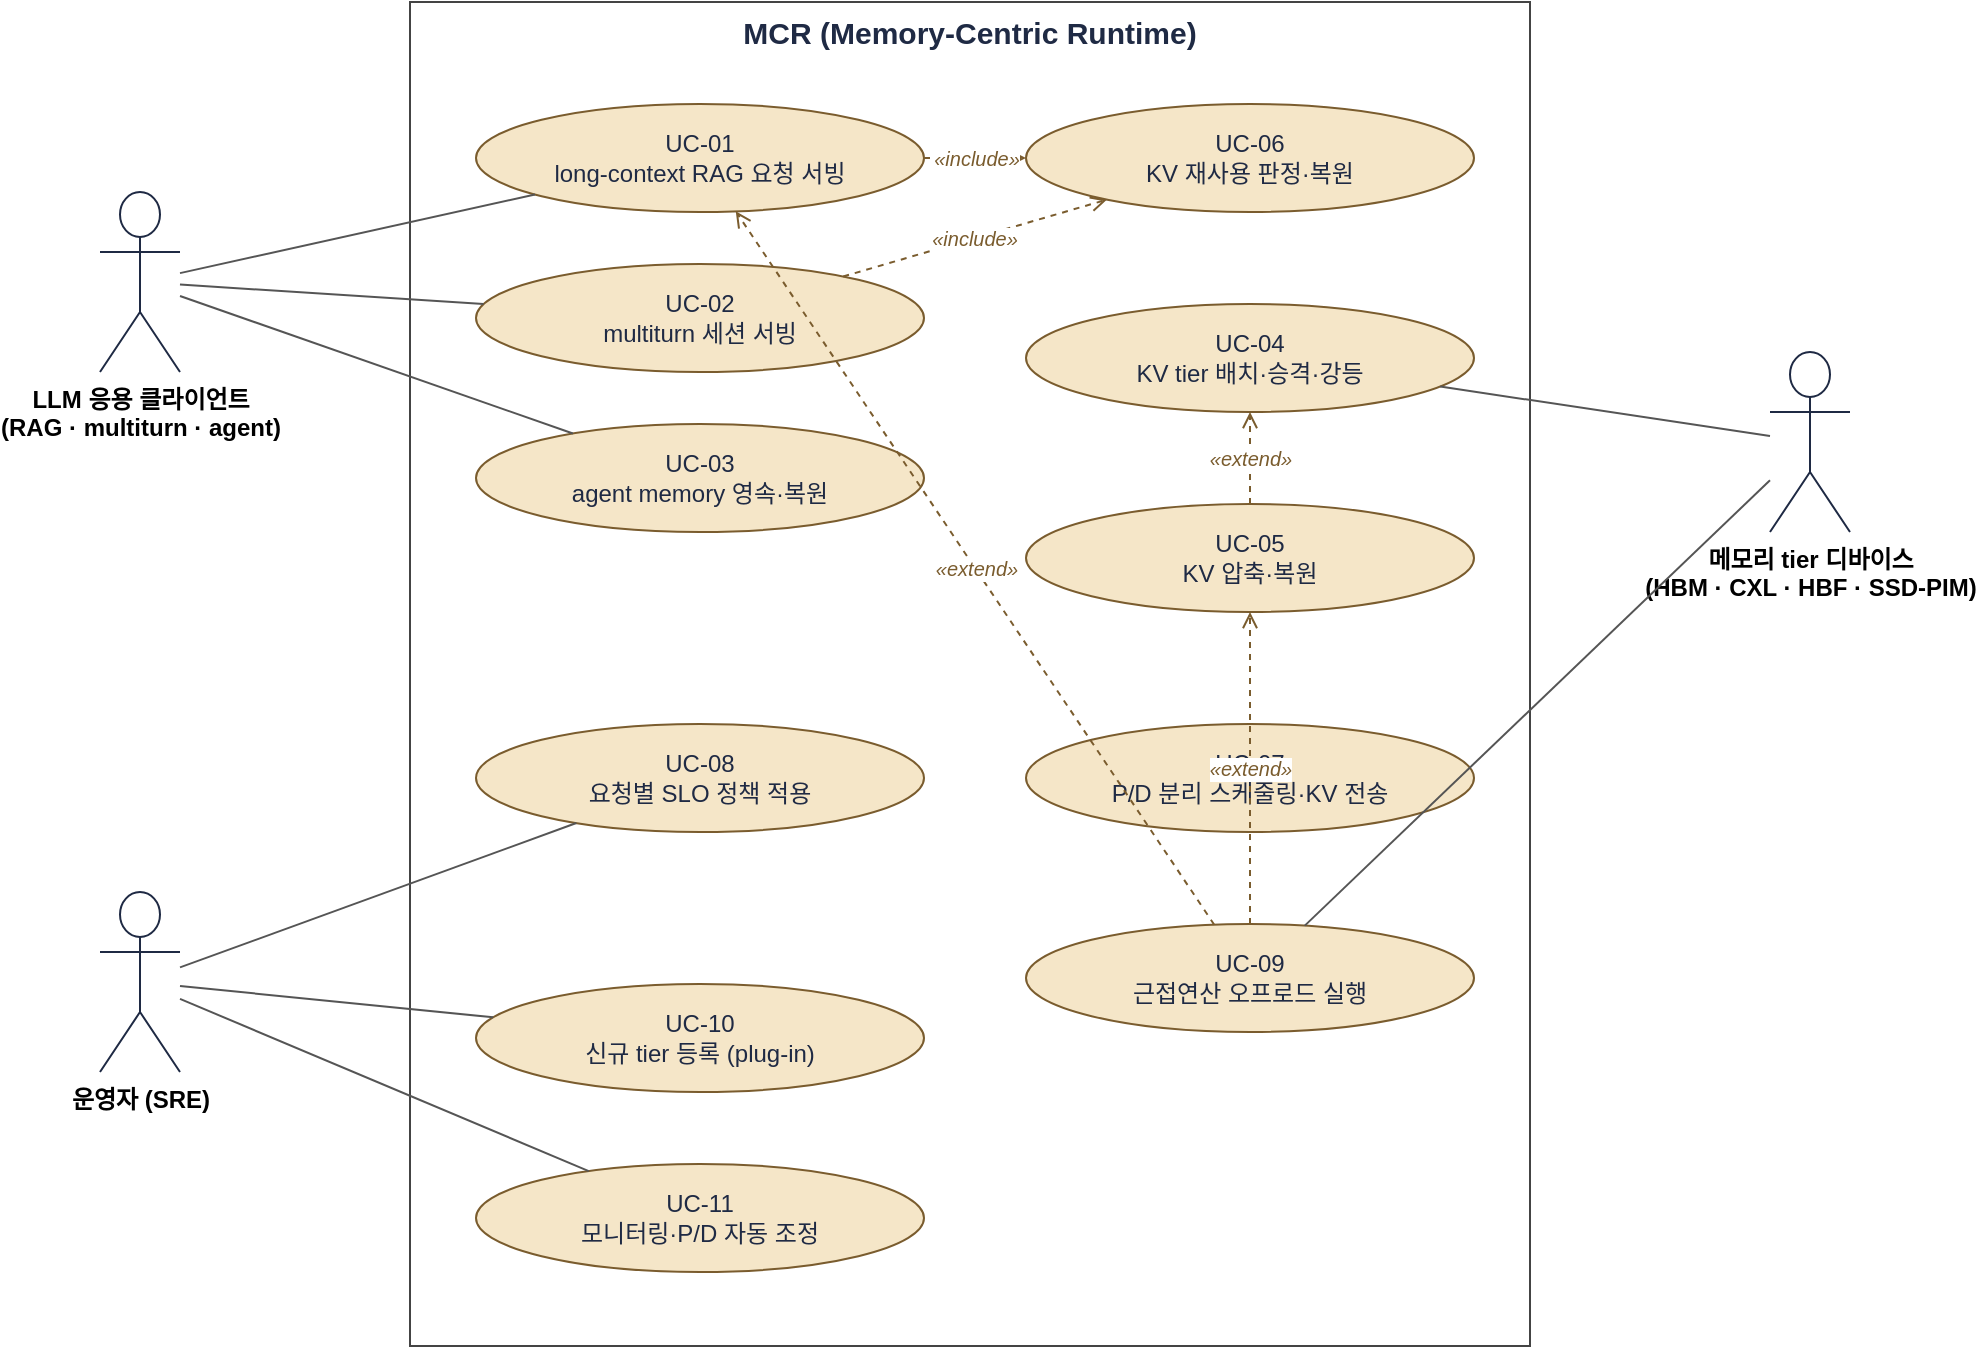
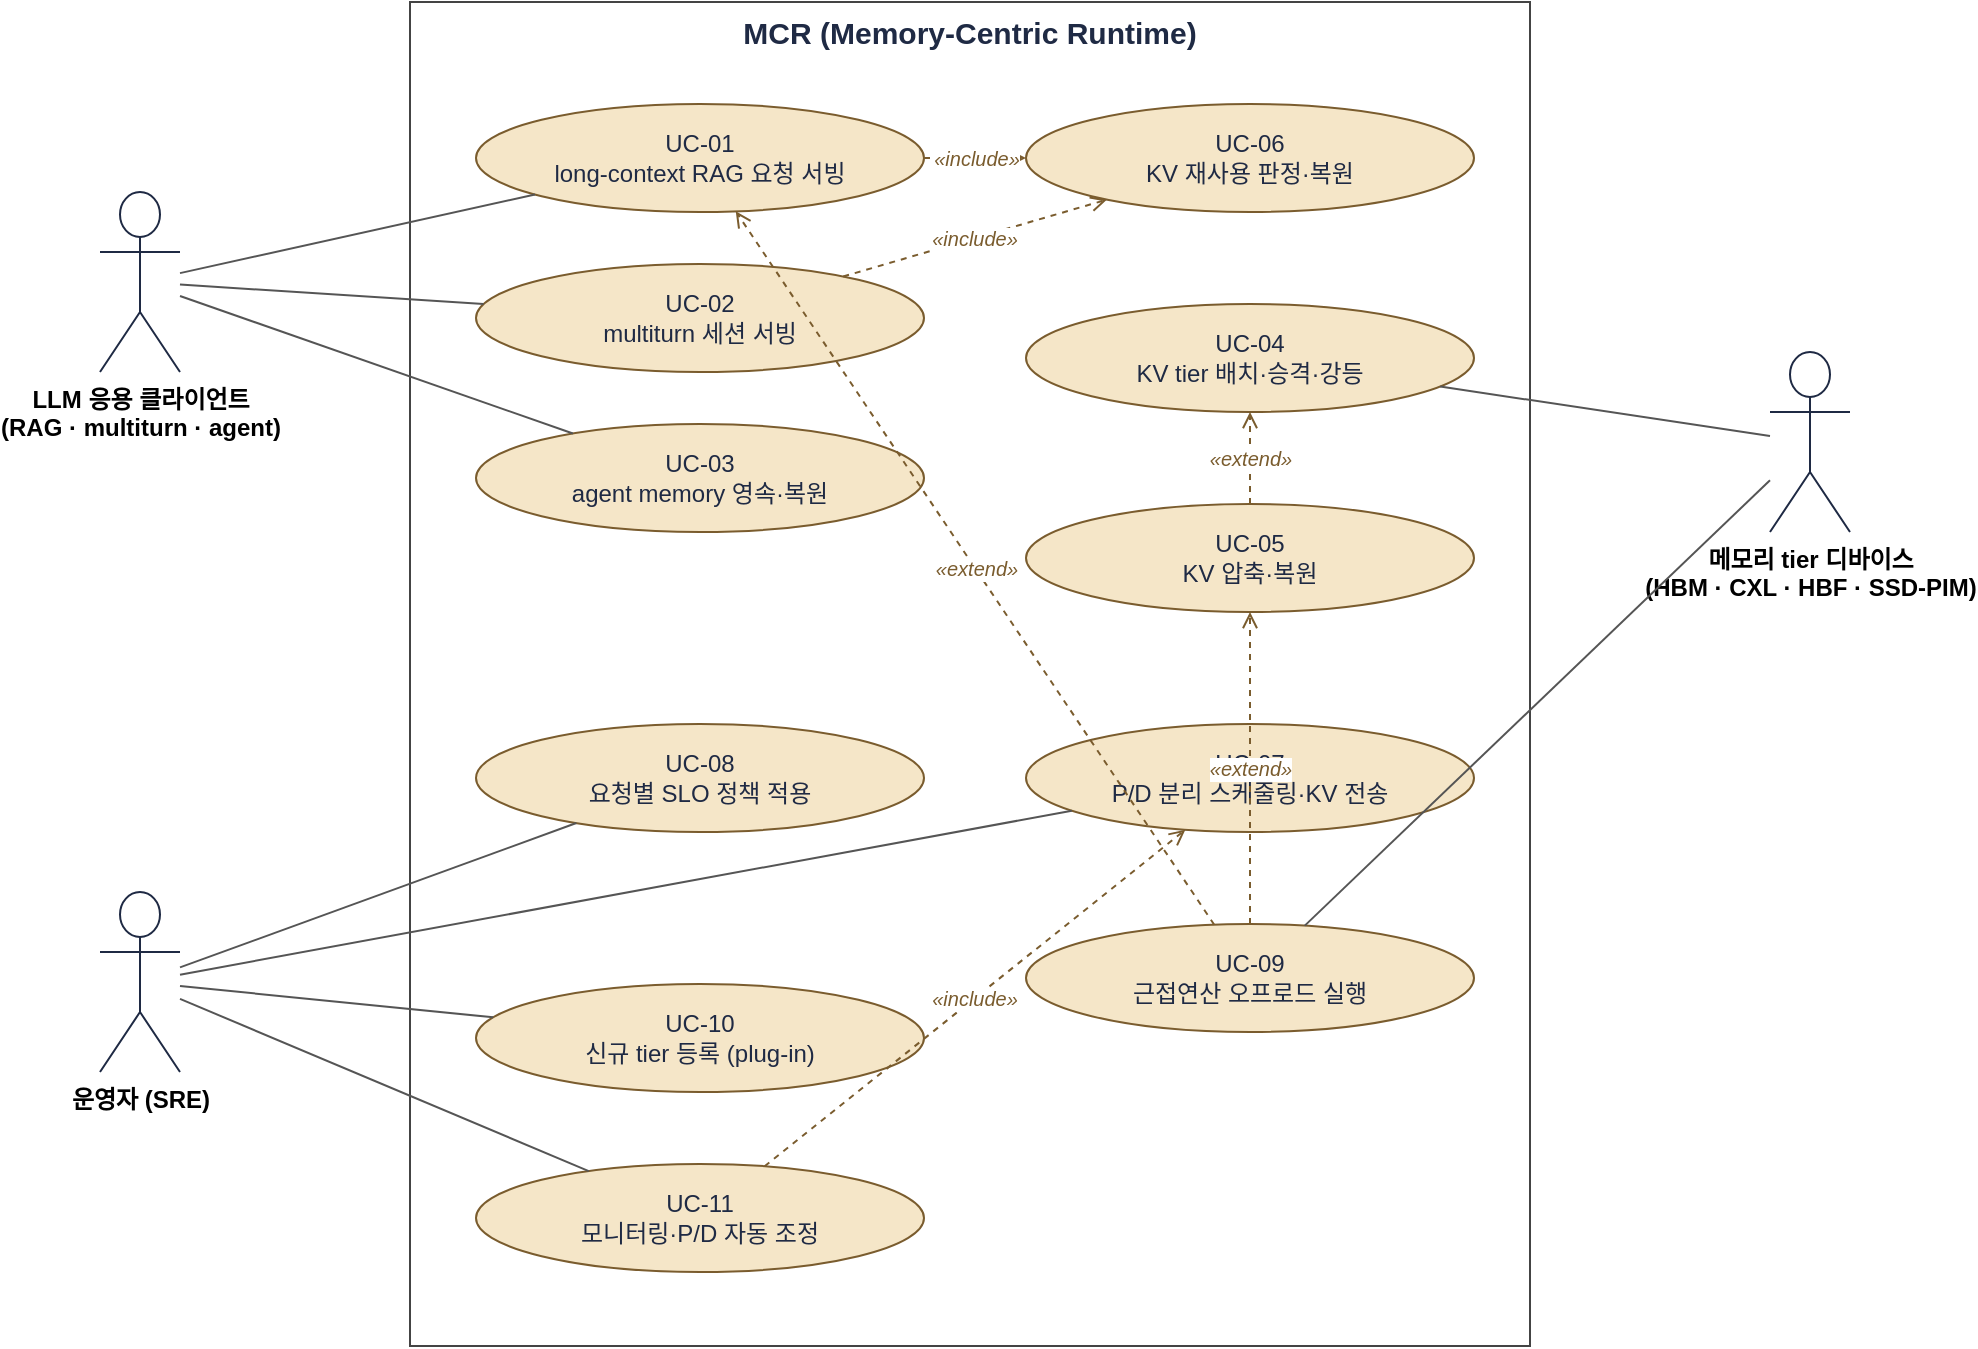
<mxfile host="app.diagrams.net" agent="architect-requirements" version="24.0.0">
  <diagram id="req-usecase-mcr" name="MCR Use Case">
    <mxGraphModel dx="1200" dy="800" grid="1" gridSize="10" guides="1" tooltips="1" connect="1" arrows="1" fold="1" page="1" pageScale="1" pageWidth="1080" pageHeight="760" math="0" shadow="0">
      <root>
        <mxCell id="0"/>
        <mxCell id="1" parent="0"/>

        <mxCell id="sys" value="MCR (Memory-Centric Runtime)" style="rounded=0;fillColor=none;strokeColor=#444444;verticalAlign=top;fontSize=15;fontStyle=1;fontColor=#1F2A44;" vertex="1" parent="1">
          <mxGeometry x="255" y="42" width="560" height="672" as="geometry"/>
        </mxCell>

        <mxCell id="actClient" value="LLM 응용 클라이언트&#10;(RAG · multiturn · agent)" style="shape=umlActor;verticalLabelPosition=bottom;verticalAlign=top;html=1;strokeColor=#1F2A44;fontSize=12;fontStyle=1;" vertex="1" parent="1">
          <mxGeometry x="100" y="137" width="40" height="90" as="geometry"/>
        </mxCell>
        <mxCell id="actOps" value="운영자 (SRE)" style="shape=umlActor;verticalLabelPosition=bottom;verticalAlign=top;html=1;strokeColor=#1F2A44;fontSize=12;fontStyle=1;" vertex="1" parent="1">
          <mxGeometry x="100" y="487" width="40" height="90" as="geometry"/>
        </mxCell>
        <mxCell id="actDev" value="메모리 tier 디바이스&#10;(HBM · CXL · HBF · SSD-PIM)" style="shape=umlActor;verticalLabelPosition=bottom;verticalAlign=top;html=1;strokeColor=#1F2A44;fontSize=12;fontStyle=1;" vertex="1" parent="1">
          <mxGeometry x="935" y="217" width="40" height="90" as="geometry"/>
        </mxCell>

        <mxCell id="uc01" value="UC-01&#10;long-context RAG 요청 서빙" style="ellipse;whiteSpace=wrap;html=1;fillColor=#F5E6C8;strokeColor=#7A5C2E;fontSize=12;fontColor=#1F2A44;" vertex="1" parent="1">
          <mxGeometry x="288" y="93" width="224" height="54" as="geometry"/>
        </mxCell>
        <mxCell id="uc02" value="UC-02&#10;multiturn 세션 서빙" style="ellipse;whiteSpace=wrap;html=1;fillColor=#F5E6C8;strokeColor=#7A5C2E;fontSize=12;fontColor=#1F2A44;" vertex="1" parent="1">
          <mxGeometry x="288" y="173" width="224" height="54" as="geometry"/>
        </mxCell>
        <mxCell id="uc03" value="UC-03&#10;agent memory 영속·복원" style="ellipse;whiteSpace=wrap;html=1;fillColor=#F5E6C8;strokeColor=#7A5C2E;fontSize=12;fontColor=#1F2A44;" vertex="1" parent="1">
          <mxGeometry x="288" y="253" width="224" height="54" as="geometry"/>
        </mxCell>
        <mxCell id="uc08" value="UC-08&#10;요청별 SLO 정책 적용" style="ellipse;whiteSpace=wrap;html=1;fillColor=#F5E6C8;strokeColor=#7A5C2E;fontSize=12;fontColor=#1F2A44;" vertex="1" parent="1">
          <mxGeometry x="288" y="403" width="224" height="54" as="geometry"/>
        </mxCell>
        <mxCell id="uc10" value="UC-10&#10;신규 tier 등록 (plug-in)" style="ellipse;whiteSpace=wrap;html=1;fillColor=#F5E6C8;strokeColor=#7A5C2E;fontSize=12;fontColor=#1F2A44;" vertex="1" parent="1">
          <mxGeometry x="288" y="533" width="224" height="54" as="geometry"/>
        </mxCell>
        <mxCell id="uc11" value="UC-11&#10;모니터링·P/D 자동 조정" style="ellipse;whiteSpace=wrap;html=1;fillColor=#F5E6C8;strokeColor=#7A5C2E;fontSize=12;fontColor=#1F2A44;" vertex="1" parent="1">
          <mxGeometry x="288" y="623" width="224" height="54" as="geometry"/>
        </mxCell>

        <mxCell id="uc06" value="UC-06&#10;KV 재사용 판정·복원" style="ellipse;whiteSpace=wrap;html=1;fillColor=#F5E6C8;strokeColor=#7A5C2E;fontSize=12;fontColor=#1F2A44;" vertex="1" parent="1">
          <mxGeometry x="563" y="93" width="224" height="54" as="geometry"/>
        </mxCell>
        <mxCell id="uc04" value="UC-04&#10;KV tier 배치·승격·강등" style="ellipse;whiteSpace=wrap;html=1;fillColor=#F5E6C8;strokeColor=#7A5C2E;fontSize=12;fontColor=#1F2A44;" vertex="1" parent="1">
          <mxGeometry x="563" y="193" width="224" height="54" as="geometry"/>
        </mxCell>
        <mxCell id="uc05" value="UC-05&#10;KV 압축·복원" style="ellipse;whiteSpace=wrap;html=1;fillColor=#F5E6C8;strokeColor=#7A5C2E;fontSize=12;fontColor=#1F2A44;" vertex="1" parent="1">
          <mxGeometry x="563" y="293" width="224" height="54" as="geometry"/>
        </mxCell>
        <mxCell id="uc07" value="UC-07&#10;P/D 분리 스케줄링·KV 전송" style="ellipse;whiteSpace=wrap;html=1;fillColor=#F5E6C8;strokeColor=#7A5C2E;fontSize=12;fontColor=#1F2A44;" vertex="1" parent="1">
          <mxGeometry x="563" y="403" width="224" height="54" as="geometry"/>
        </mxCell>
        <mxCell id="uc09" value="UC-09&#10;근접연산 오프로드 실행" style="ellipse;whiteSpace=wrap;html=1;fillColor=#F5E6C8;strokeColor=#7A5C2E;fontSize=12;fontColor=#1F2A44;" vertex="1" parent="1">
          <mxGeometry x="563" y="503" width="224" height="54" as="geometry"/>
        </mxCell>

        <mxCell id="a1" style="endArrow=none;html=1;strokeColor=#555555;" edge="1" parent="1" source="actClient" target="uc01"><mxGeometry relative="1" as="geometry"/></mxCell>
        <mxCell id="a2" style="endArrow=none;html=1;strokeColor=#555555;" edge="1" parent="1" source="actClient" target="uc02"><mxGeometry relative="1" as="geometry"/></mxCell>
        <mxCell id="a3" style="endArrow=none;html=1;strokeColor=#555555;" edge="1" parent="1" source="actClient" target="uc03"><mxGeometry relative="1" as="geometry"/></mxCell>
        <mxCell id="a4" style="endArrow=none;html=1;strokeColor=#555555;" edge="1" parent="1" source="actOps" target="uc08"><mxGeometry relative="1" as="geometry"/></mxCell>
        <mxCell id="a5" style="endArrow=none;html=1;strokeColor=#555555;" edge="1" parent="1" source="actOps" target="uc10"><mxGeometry relative="1" as="geometry"/></mxCell>
        <mxCell id="a7" style="endArrow=none;html=1;strokeColor=#555555;" edge="1" parent="1" source="uc04" target="actDev"><mxGeometry relative="1" as="geometry"/></mxCell>
        <mxCell id="a8" style="endArrow=none;html=1;strokeColor=#555555;" edge="1" parent="1" source="uc09" target="actDev"><mxGeometry relative="1" as="geometry"/></mxCell>

        <mxCell id="a10" style="endArrow=none;html=1;strokeColor=#555555;" edge="1" parent="1" source="actOps" target="uc11"><mxGeometry relative="1" as="geometry"/></mxCell>
+         <mxCell id="a11" style="endArrow=none;html=1;strokeColor=#555555;" edge="1" parent="1" source="actOps" target="uc07"><mxGeometry relative="1" as="geometry"/></mxCell>
+         <mxCell id="d6" value="&#171;include&#187;" style="endArrow=open;dashed=1;html=1;strokeColor=#7A5C2E;fontSize=10;fontStyle=2;fontColor=#7A5C2E;" edge="1" parent="1" source="uc11" target="uc07"><mxGeometry relative="1" as="geometry"/></mxCell>

        <mxCell id="d1" value="&#171;include&#187;" style="endArrow=open;dashed=1;html=1;strokeColor=#7A5C2E;fontSize=10;fontStyle=2;fontColor=#7A5C2E;" edge="1" parent="1" source="uc01" target="uc06"><mxGeometry relative="1" as="geometry"/></mxCell>
        <mxCell id="d2" value="&#171;include&#187;" style="endArrow=open;dashed=1;html=1;strokeColor=#7A5C2E;fontSize=10;fontStyle=2;fontColor=#7A5C2E;" edge="1" parent="1" source="uc02" target="uc06"><mxGeometry relative="1" as="geometry"/></mxCell>
        <mxCell id="d3" value="&#171;extend&#187;" style="endArrow=open;dashed=1;html=1;strokeColor=#7A5C2E;fontSize=10;fontStyle=2;fontColor=#7A5C2E;" edge="1" parent="1" source="uc05" target="uc04"><mxGeometry relative="1" as="geometry"/></mxCell>
        <mxCell id="d4" value="&#171;extend&#187;" style="endArrow=open;dashed=1;html=1;strokeColor=#7A5C2E;fontSize=10;fontStyle=2;fontColor=#7A5C2E;" edge="1" parent="1" source="uc09" target="uc01"><mxGeometry relative="1" as="geometry"/></mxCell>
        <mxCell id="d5" value="&#171;extend&#187;" style="endArrow=open;dashed=1;html=1;strokeColor=#7A5C2E;fontSize=10;fontStyle=2;fontColor=#7A5C2E;" edge="1" parent="1" source="uc09" target="uc05"><mxGeometry relative="1" as="geometry"/></mxCell>
      </root>
    </mxGraphModel>
  </diagram>
</mxfile>
